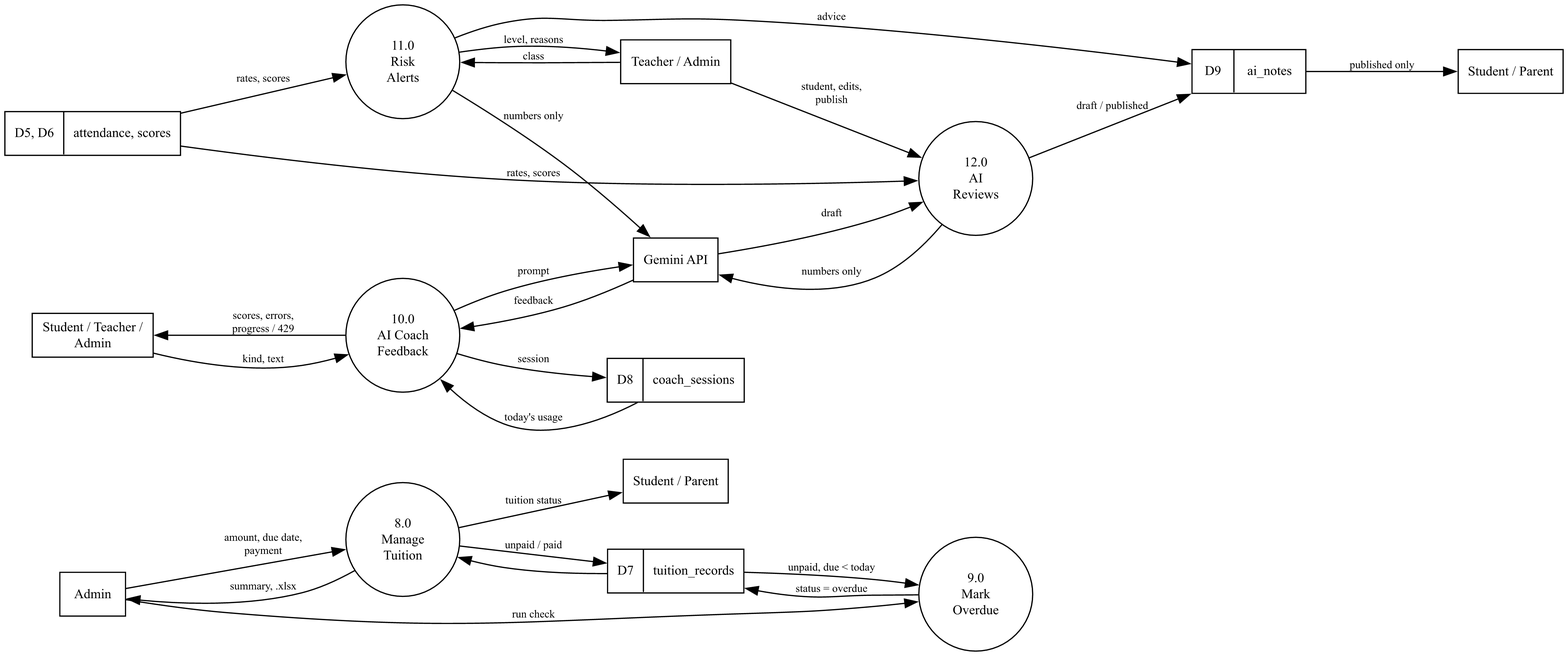
Above: Documentations/diagrams/dfd1c.png in thaiphatcaifa/HKII-FastAPI (Graphviz), before the change. Its source is kept beside it as Documentations/diagrams/dfd1c.dot.
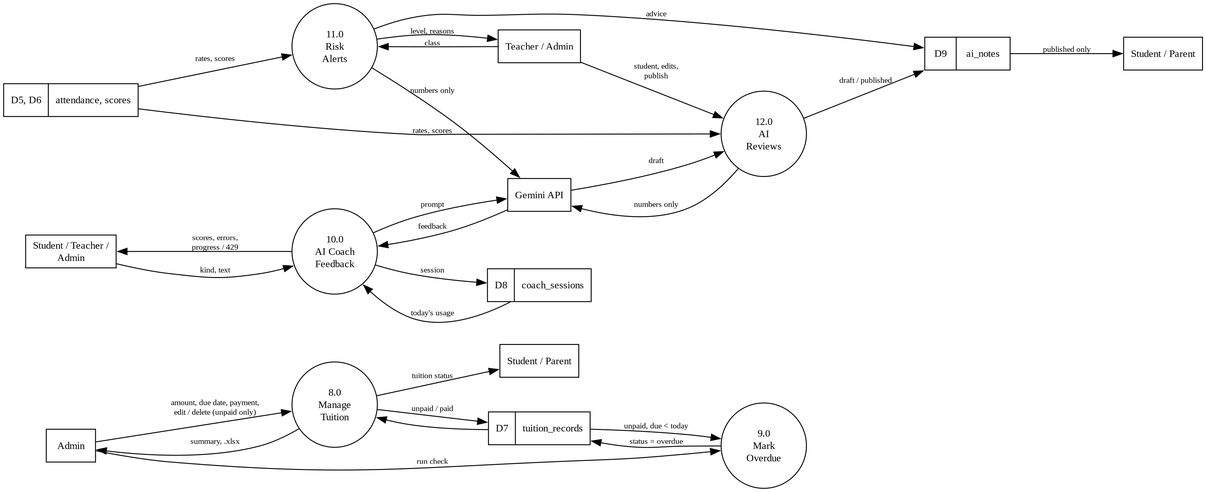
Above is the later version.

The edit, as a diff of the source:
```diff
@@ -2,7 +2,7 @@
 node[shape=box]; Admin; SP[label="Student / Parent"]; ST[label="Student / Teacher /\nAdmin"]; Gemini[label="Gemini API"]; Teacher[label="Teacher / Admin"]; SP2[label="Student / Parent"];
 node[shape=circle,width=1.3,fixedsize=true]; p8[label="8.0\nManage\nTuition"]; p9[label="9.0\nMark\nOverdue"]; p10[label="10.0\nAI Coach\nFeedback"]; p11[label="11.0\nRisk\nAlerts"]; p12[label="12.0\nAI\nReviews"];
 node[shape=record,fixedsize=false]; d7[label="{D7 | tuition_records}"]; d8[label="{D8 | coach_sessions}"]; d56[label="{D5, D6 | attendance, scores}"]; d9[label="{D9 | ai_notes}"];
-Admin->p8[label="amount, due date,\npayment"]; p8->d7[label="unpaid / paid"]; d7->p8; p8->Admin[label="summary, .xlsx"]; p8->SP[label="tuition status"];
+Admin->p8[label="amount, due date, payment,\nedit / delete (unpaid only)"]; p8->d7[label="unpaid / paid"]; d7->p8; p8->Admin[label="summary, .xlsx"]; p8->SP[label="tuition status"];
 Admin->p9[label="run check"]; d7->p9[label="unpaid, due < today"]; p9->d7[label="status = overdue"];
 ST->p10[label="kind, text"]; d8->p10[label="today's usage"]; p10->Gemini[label="prompt"]; Gemini->p10[label="feedback"]; p10->d8[label="session"]; p10->ST[label="scores, errors,\nprogress / 429"];
 Teacher->p11[label="class"]; d56->p11[label="rates, scores"]; p11->Teacher[label="level, reasons"]; p11->Gemini[label="numbers only"]; p11->d9[label="advice"];
```
